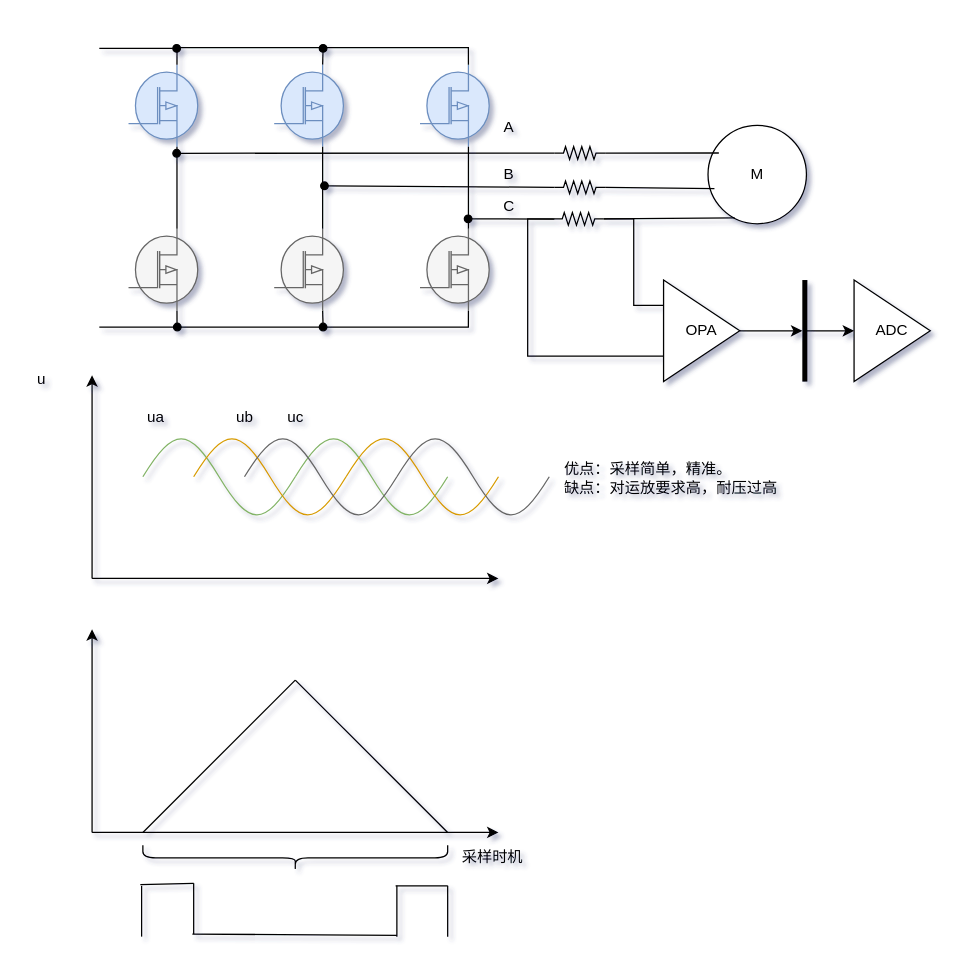
Above: page "输出相线采样" (2 of 3) of 电机采样电路分析.drawio in Vinson-001/Blog-flow-chart (draw.io), before the change. Source tidied: cells renumbered, new cells numbered last; positions are measured from the earlier drawing's top-left corner, leaving out a move shared by most shapes. Both pictures are drawn from the tidied source at 127%, with x=0, y=0 at pixel (22, 22).
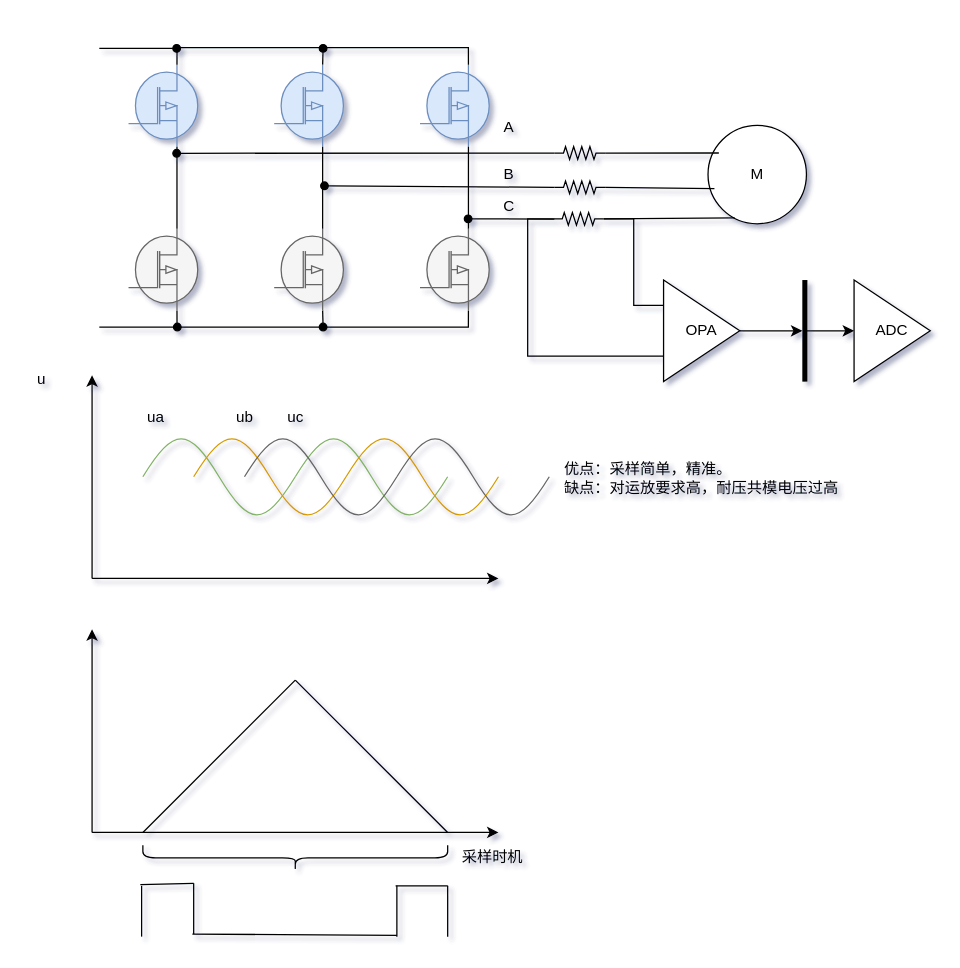
After the change.

Commit message:
更新电机采样电路分析.drawio

Change to the diagram source:
```diff
@@
-    <mxCell id="63" value="优点：采样简单，精准。&lt;div&gt;缺点：对运放要求高，耐压过高&lt;/div&gt;" style="text;html=1;align=left;verticalAlign=middle;strokeColor=none;fillColor=none;" parent="1" vertex="1">
-      <mxGeometry x="425" y="338" width="186" height="41" as="geometry" />
+    <mxCell id="63" value="优点：采样简单，精准。&lt;div&gt;缺点：对运放要求高，耐压共模电压过高&lt;/div&gt;" style="text;html=1;align=left;verticalAlign=middle;strokeColor=none;fillColor=none;" parent="1" vertex="1">
+      <mxGeometry x="425" y="339" width="240" height="40" as="geometry" />
     </mxCell>
```
